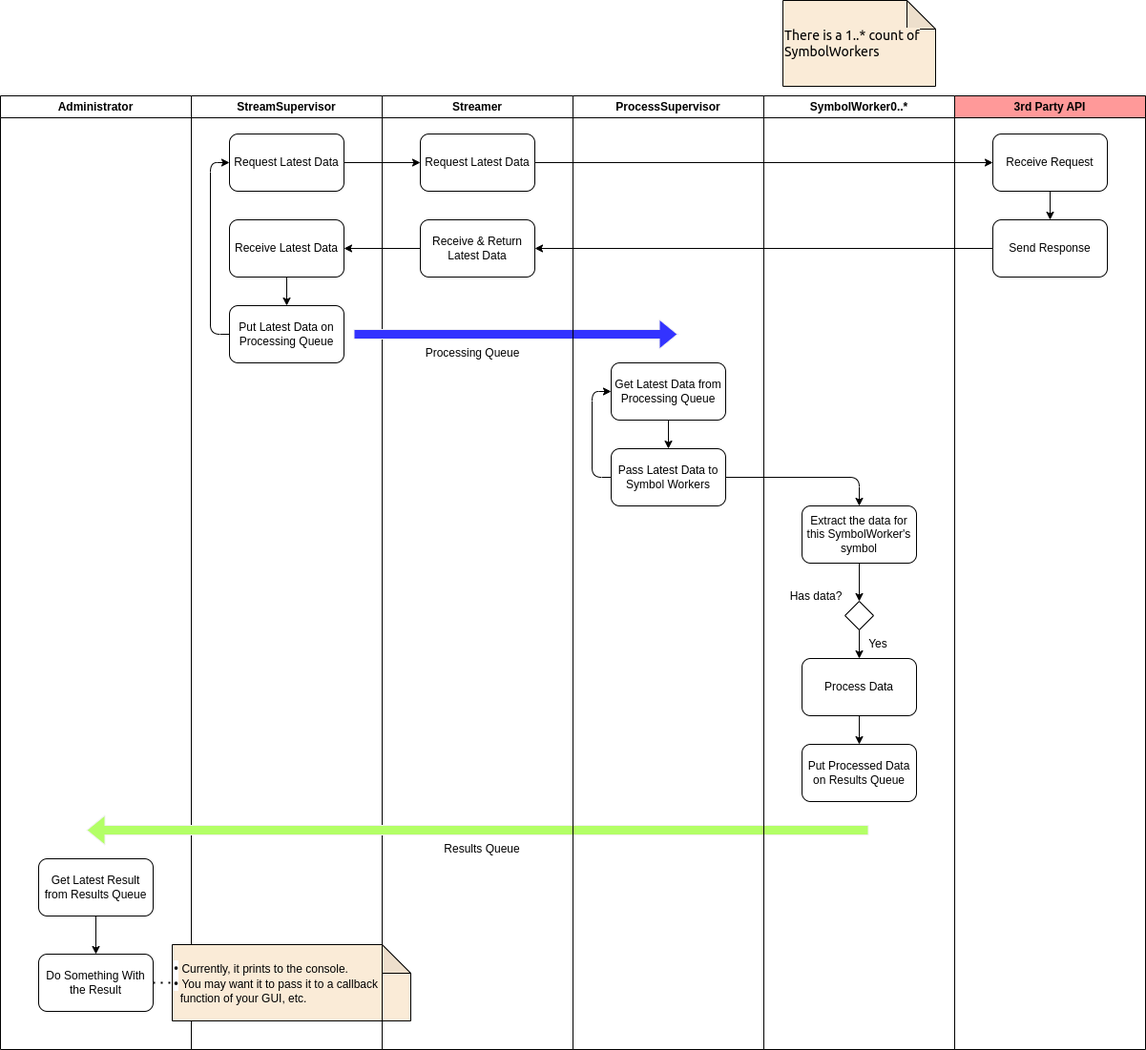
This is images/high_level_activity.png from IanAtDazed/ray-streamer, a draw.io export, as it was before one commit. Source tidied: cells renumbered, new cells last; positions are measured from the earlier drawing's top-left corner, leaving out a move shared by most shapes.
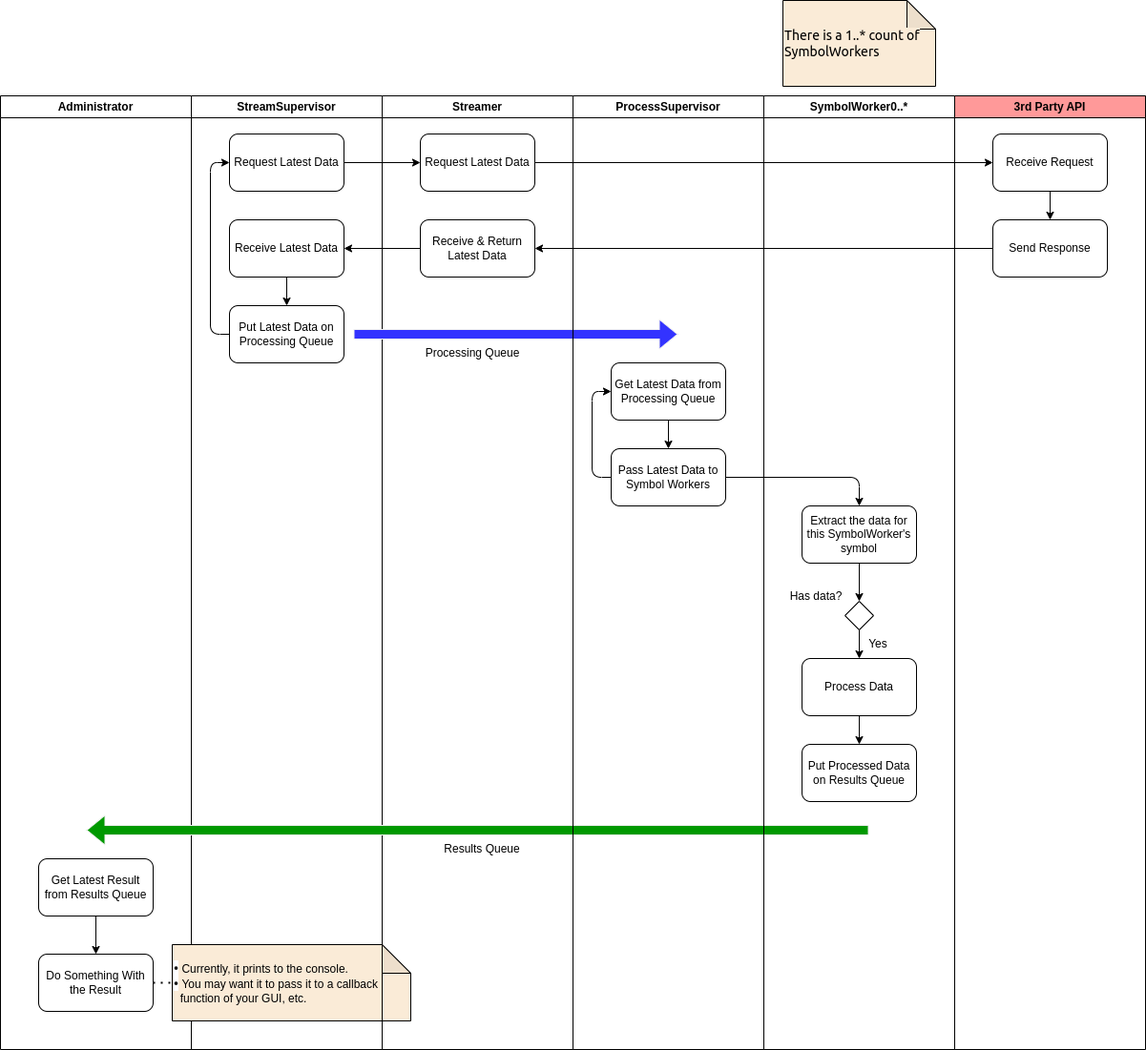
After the commit.

Commit message:
Result Queue color: 009900

Diff of the diagram source:
```diff
@@ -61,7 +61,7 @@
     <mxCell id="18" value="Results Queue" style="text;html=1;strokeColor=none;fillColor=none;align=center;verticalAlign=middle;whiteSpace=wrap;rounded=0;" parent="13" vertex="1">
       <mxGeometry x="50" y="780" width="110" height="20" as="geometry" />
     </mxCell>
-    <mxCell id="19" style="shape=flexArrow;endArrow=classic;html=1;fillColor=#B3FF66;strokeColor=#F0F0F0;" parent="13" edge="1">
+    <mxCell id="19" style="shape=flexArrow;endArrow=classic;html=1;fillColor=#009900;strokeColor=#F0F0F0;" parent="13" edge="1">
       <mxGeometry relative="1" as="geometry">
         <mxPoint x="510" y="770" as="sourcePoint" />
         <mxPoint x="-310" y="770" as="targetPoint" />
```
